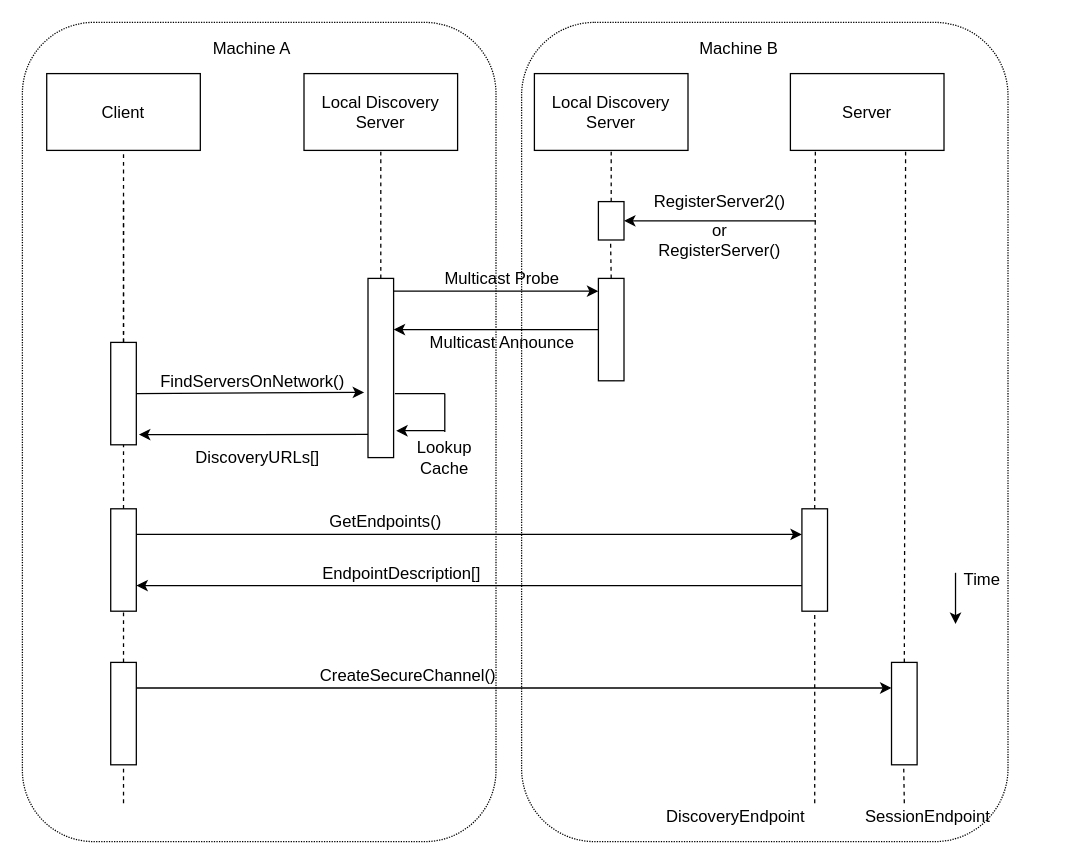
Earlier version of the draw.io diagram Untitled Diagram.drawio (RakshanPremsagar/Thesis). Source tidied: cells renumbered, new cells numbered last; positions are measured from the earlier drawing's top-left corner, leaving out a move shared by most shapes. Both pictures are drawn from the tidied source at 128%, with x=0, y=0 at pixel (22, 22).
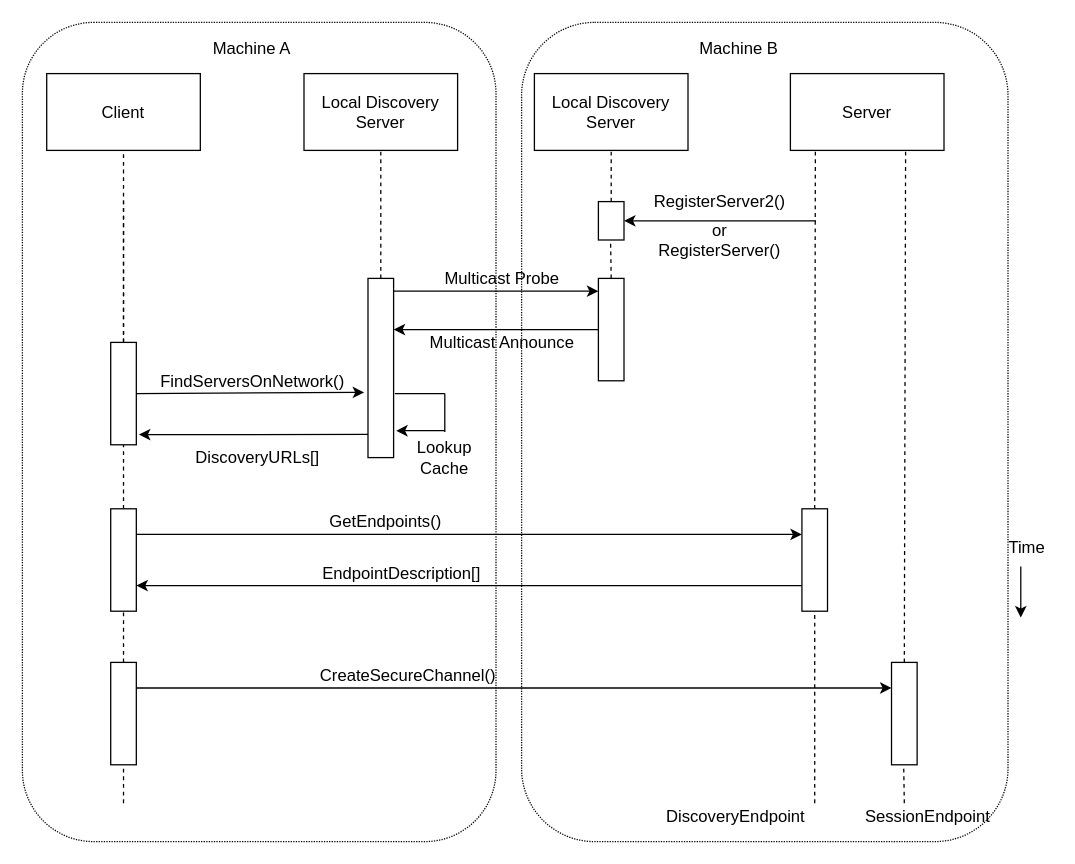
The same diagram, later.

What changed in the source:
```diff
@@
-    <mxCell id="20" style="endArrow=classic;html=1;fontSize=13;" parent="1" edge="1">
-      <mxGeometry relative="1" as="geometry">
-        <mxPoint x="729" y="430" as="sourcePoint" />
-        <mxPoint x="729" y="470" as="targetPoint" />
-      </mxGeometry>
-    </mxCell>
-    <mxCell id="21" value="Time" style="text;html=1;strokeColor=none;fillColor=none;align=center;verticalAlign=middle;whiteSpace=wrap;rounded=0;fontSize=13;" parent="1" vertex="1">
-      <mxGeometry x="730" y="425" width="40" height="20" as="geometry" />
-    </mxCell>
@@
+    <mxCell id="55" style="endArrow=classic;html=1;fontSize=13;" parent="1" edge="1">
+      <mxGeometry relative="1" as="geometry">
+        <mxPoint x="780" y="425" as="sourcePoint" />
+        <mxPoint x="780" y="465" as="targetPoint" />
+      </mxGeometry>
+    </mxCell>
+    <mxCell id="21" value="Time" style="text;html=1;strokeColor=none;fillColor=none;align=center;verticalAlign=middle;whiteSpace=wrap;rounded=0;fontSize=13;" parent="1" vertex="1">
+      <mxGeometry x="765" y="400" width="40" height="20" as="geometry" />
+    </mxCell>
```
